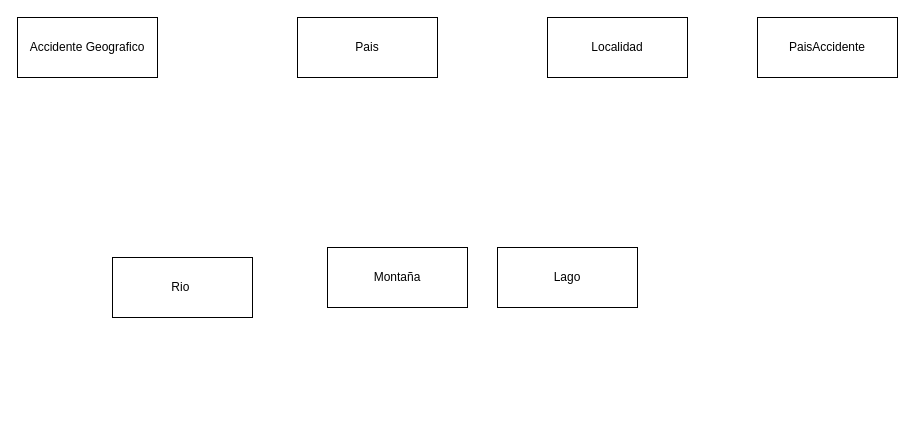
adriii28/amr-tsys-C3U12-11102023 keeps this draw.io diagram as ej11.drawio. Above is the earlier version. Source tidied: cells renumbered, new cells numbered last; positions are measured from the earlier drawing's top-left corner, leaving out a move shared by most shapes. Both pictures are drawn from the tidied source at 100%, with x=0, y=0 at pixel (17, 17).
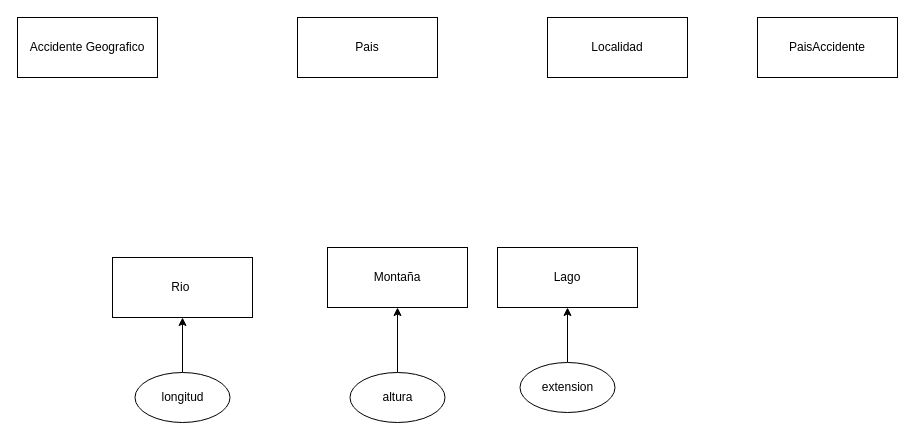
The same page after the edit.

Change to the diagram source:
```diff
@@
 <mxGraphModel>
   <root>
     <mxCell id="0" />
     <mxCell id="1" parent="0" />
     <mxCell id="2" value="Accidente Geografico" style="rounded=0;whiteSpace=wrap;html=1;" parent="1" vertex="1">
       <mxGeometry width="140" height="60" as="geometry" />
     </mxCell>
     <mxCell id="3" value="Rio&amp;nbsp;" style="rounded=0;whiteSpace=wrap;html=1;" parent="1" vertex="1">
       <mxGeometry x="95" y="240" width="140" height="60" as="geometry" />
     </mxCell>
     <mxCell id="4" value="Montaña" style="rounded=0;whiteSpace=wrap;html=1;" parent="1" vertex="1">
       <mxGeometry x="310" y="230" width="140" height="60" as="geometry" />
     </mxCell>
     <mxCell id="5" value="Lago" style="rounded=0;whiteSpace=wrap;html=1;" parent="1" vertex="1">
       <mxGeometry x="480" y="230" width="140" height="60" as="geometry" />
     </mxCell>
     <mxCell id="6" value="Pais" style="rounded=0;whiteSpace=wrap;html=1;" parent="1" vertex="1">
       <mxGeometry x="280" width="140" height="60" as="geometry" />
     </mxCell>
     <mxCell id="7" value="Localidad" style="rounded=0;whiteSpace=wrap;html=1;" parent="1" vertex="1">
       <mxGeometry x="530" width="140" height="60" as="geometry" />
     </mxCell>
     <mxCell id="8" value="PaisAccidente" style="rounded=0;whiteSpace=wrap;html=1;" parent="1" vertex="1">
       <mxGeometry x="740" width="140" height="60" as="geometry" />
     </mxCell>
+    <mxCell id="9" style="edgeStyle=orthogonalEdgeStyle;rounded=0;jettySize=auto;html=1;entryX=0.5;entryY=1;entryDx=0;entryDy=0;" parent="1" edge="1" source="10" target="3">
+      <mxGeometry relative="1" as="geometry" />
+    </mxCell>
+    <mxCell id="10" value="longitud" style="ellipse;whiteSpace=wrap;html=1;" parent="1" vertex="1">
+      <mxGeometry x="117.5" y="355" width="95" height="50" as="geometry" />
+    </mxCell>
+    <mxCell id="11" style="edgeStyle=orthogonalEdgeStyle;rounded=0;jettySize=auto;html=1;entryX=0.5;entryY=1;entryDx=0;entryDy=0;" parent="1" edge="1" source="12" target="4">
+      <mxGeometry relative="1" as="geometry" />
+    </mxCell>
+    <mxCell id="12" value="altura" style="ellipse;whiteSpace=wrap;html=1;" parent="1" vertex="1">
+      <mxGeometry x="332.5" y="355" width="95" height="50" as="geometry" />
+    </mxCell>
+    <mxCell id="13" style="edgeStyle=orthogonalEdgeStyle;rounded=0;jettySize=auto;html=1;entryX=0.5;entryY=1;entryDx=0;entryDy=0;" parent="1" edge="1" source="14" target="5">
+      <mxGeometry relative="1" as="geometry" />
+    </mxCell>
+    <mxCell id="14" value="extension" style="ellipse;whiteSpace=wrap;html=1;" parent="1" vertex="1">
+      <mxGeometry x="502.5" y="345" width="95" height="50" as="geometry" />
+    </mxCell>
   </root>
 </mxGraphModel>
```
